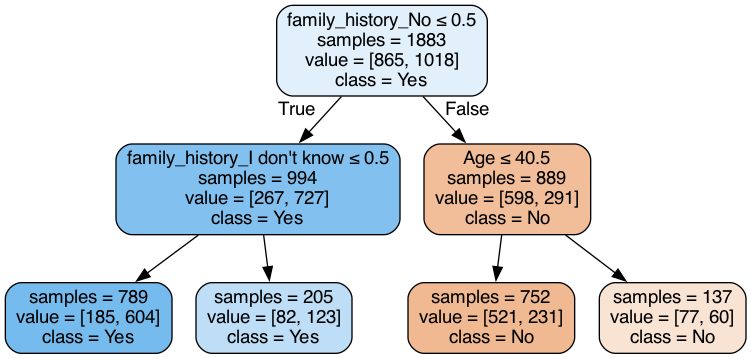
cadej09/CSE-163-Final-Project keeps this Graphviz diagram as tree.gv.png. Above is the earlier version. Its source is kept beside it as tree.gv.
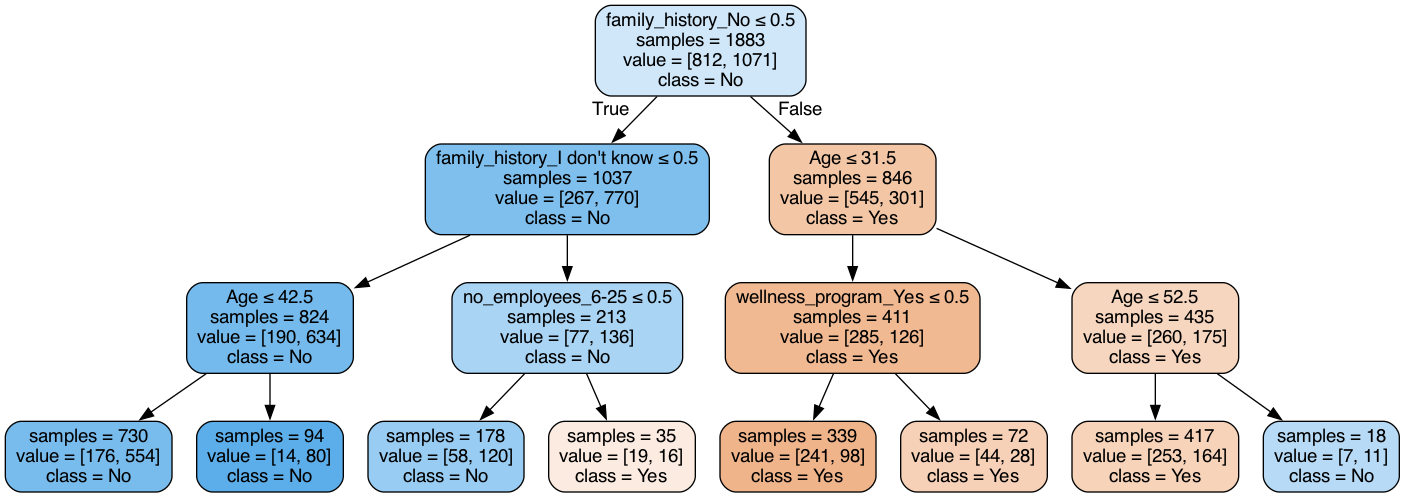
Above is the later version.

What changed in the source:
```diff
@@ -1,17 +1,33 @@
 digraph Tree {
 node [shape=box, style="filled, rounded", color="black", fontname="helvetica"] ;
 edge [fontname="helvetica"] ;
-0 [label=<family_history_No &le; 0.5<br/>samples = 1883<br/>value = [865, 1018]<br/>class = Yes>, fillcolor="#e1f0fb"] ;
-1 [label=<family_history_I don't know &le; 0.5<br/>samples = 994<br/>value = [267, 727]<br/>class = Yes>, fillcolor="#82c1ef"] ;
+0 [label=<family_history_No &le; 0.5<br/>samples = 1883<br/>value = [812, 1071]<br/>class = No>, fillcolor="#cfe7f9"] ;
+1 [label=<family_history_I don't know &le; 0.5<br/>samples = 1037<br/>value = [267, 770]<br/>class = No>, fillcolor="#7ebfee"] ;
 0 -> 1 [labeldistance=2.5, labelangle=45, headlabel="True"] ;
-2 [label=<samples = 789<br/>value = [185, 604]<br/>class = Yes>, fillcolor="#76bbed"] ;
+2 [label=<Age &le; 42.5<br/>samples = 824<br/>value = [190, 634]<br/>class = No>, fillcolor="#74baed"] ;
 1 -> 2 ;
-3 [label=<samples = 205<br/>value = [82, 123]<br/>class = Yes>, fillcolor="#bddef6"] ;
-1 -> 3 ;
-4 [label=<Age &le; 40.5<br/>samples = 889<br/>value = [598, 291]<br/>class = No>, fillcolor="#f2be99"] ;
-0 -> 4 [labeldistance=2.5, labelangle=-45, headlabel="False"] ;
-5 [label=<samples = 752<br/>value = [521, 231]<br/>class = No>, fillcolor="#f1b991"] ;
-4 -> 5 ;
-6 [label=<samples = 137<br/>value = [77, 60]<br/>class = No>, fillcolor="#f9e3d3"] ;
-4 -> 6 ;
+3 [label=<samples = 730<br/>value = [176, 554]<br/>class = No>, fillcolor="#78bced"] ;
+2 -> 3 ;
+4 [label=<samples = 94<br/>value = [14, 80]<br/>class = No>, fillcolor="#5caeea"] ;
+2 -> 4 ;
+5 [label=<no_employees_6-25 &le; 0.5<br/>samples = 213<br/>value = [77, 136]<br/>class = No>, fillcolor="#a9d4f4"] ;
+1 -> 5 ;
+6 [label=<samples = 178<br/>value = [58, 120]<br/>class = No>, fillcolor="#99ccf2"] ;
+5 -> 6 ;
+7 [label=<samples = 35<br/>value = [19, 16]<br/>class = Yes>, fillcolor="#fbebe0"] ;
+5 -> 7 ;
+8 [label=<Age &le; 31.5<br/>samples = 846<br/>value = [545, 301]<br/>class = Yes>, fillcolor="#f3c7a6"] ;
+0 -> 8 [labeldistance=2.5, labelangle=-45, headlabel="False"] ;
+9 [label=<wellness_program_Yes &le; 0.5<br/>samples = 411<br/>value = [285, 126]<br/>class = Yes>, fillcolor="#f0b991"] ;
+8 -> 9 ;
+10 [label=<samples = 339<br/>value = [241, 98]<br/>class = Yes>, fillcolor="#f0b48a"] ;
+9 -> 10 ;
+11 [label=<samples = 72<br/>value = [44, 28]<br/>class = Yes>, fillcolor="#f6d1b7"] ;
+9 -> 11 ;
+12 [label=<Age &le; 52.5<br/>samples = 435<br/>value = [260, 175]<br/>class = Yes>, fillcolor="#f6d6be"] ;
+8 -> 12 ;
+13 [label=<samples = 417<br/>value = [253, 164]<br/>class = Yes>, fillcolor="#f6d3b9"] ;
+12 -> 13 ;
+14 [label=<samples = 18<br/>value = [7, 11]<br/>class = No>, fillcolor="#b7dbf6"] ;
+12 -> 14 ;
 }
```
